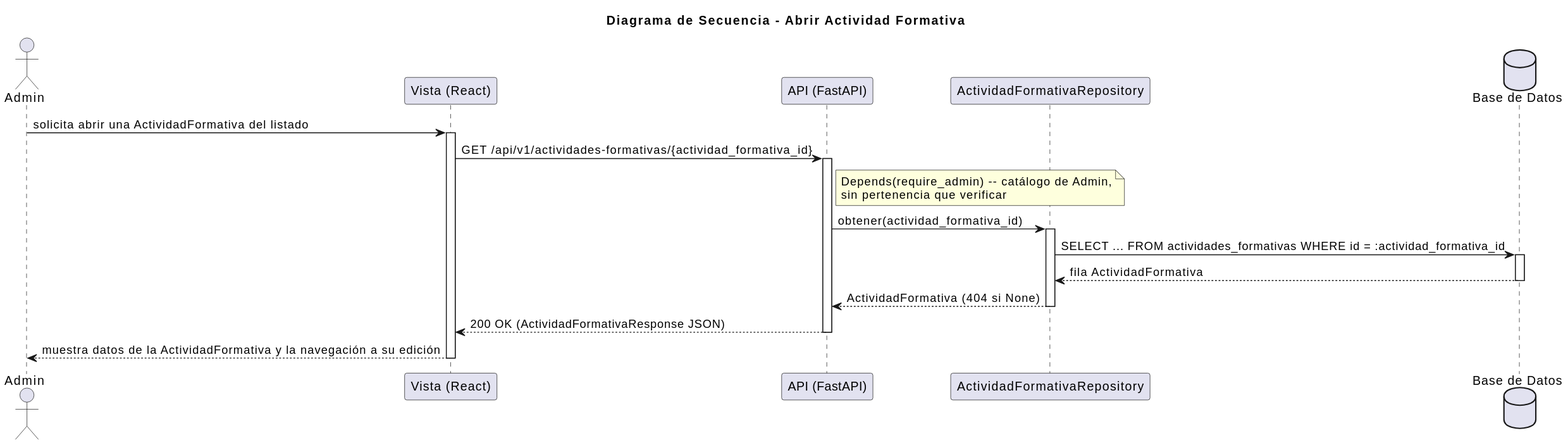
The PlantUML diagram images/RUP/03-diseño/casos-uso/abrirActividadFormativa/secuencia.svg in mmasias/pyCeldaPublico, before a commit.
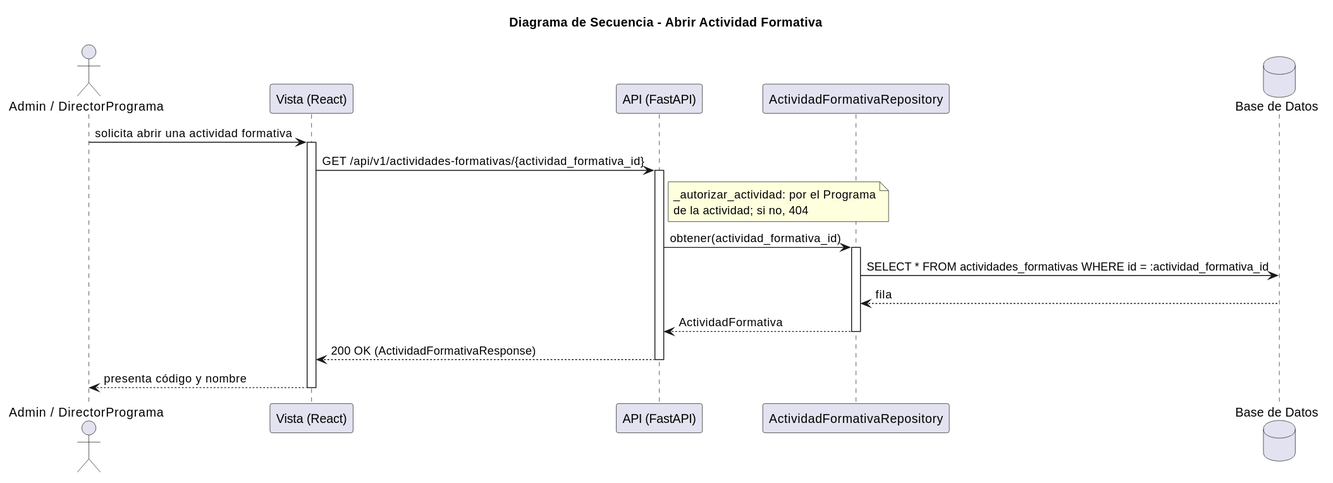
The same file after the commit.

What changed in the source:
```diff
@@ -1,27 +1,25 @@
 @startuml
 title Diagrama de Secuencia - Abrir Actividad Formativa
 
-actor "Admin" as Admin
+actor "Admin / DirectorPrograma" as Actor
 participant "Vista (React)" as Vista
 participant "API (FastAPI)" as API
-participant "ActividadFormativaRepository" as AFRepo
+participant "ActividadFormativaRepository" as Repo
 database "Base de Datos" as DB
 
-Admin -> Vista: solicita abrir una ActividadFormativa del listado
+Actor -> Vista: solicita abrir una actividad formativa
 activate Vista
 Vista -> API: GET /api/v1/actividades-formativas/{actividad_formativa_id}
 activate API
-note right of API: Depends(require_admin) -- catálogo de Admin,\nsin pertenencia que verificar
-API -> AFRepo: obtener(actividad_formativa_id)
-activate AFRepo
-AFRepo -> DB: SELECT ... FROM actividades_formativas WHERE id = :actividad_formativa_id
-activate DB
-DB --> AFRepo: fila ActividadFormativa
-deactivate DB
-AFRepo --> API: ActividadFormativa (404 si None)
-deactivate AFRepo
-API --> Vista: 200 OK (ActividadFormativaResponse JSON)
+note right of API: _autorizar_actividad: por el Programa\nde la actividad; si no, 404
+API -> Repo: obtener(actividad_formativa_id)
+activate Repo
+Repo -> DB: SELECT * FROM actividades_formativas WHERE id = :actividad_formativa_id
+DB --> Repo: fila
+Repo --> API: ActividadFormativa
+deactivate Repo
+API --> Vista: 200 OK (ActividadFormativaResponse)
 deactivate API
-Vista --> Admin: muestra datos de la ActividadFormativa y la navegación a su edición
+Vista --> Actor: presenta código y nombre
 deactivate Vista
 @enduml
```
